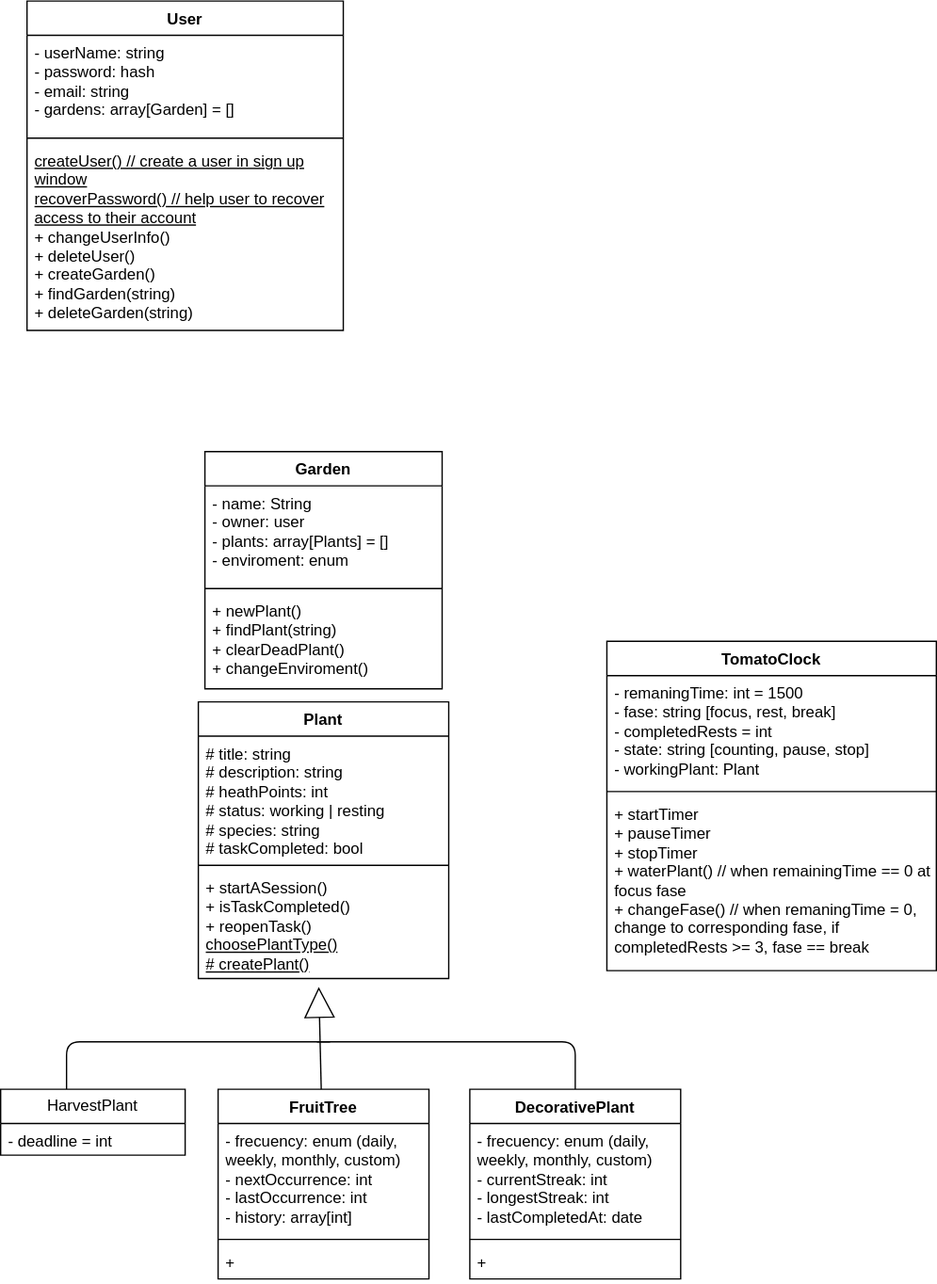
Earlier version of the draw.io export utils/uml-2.svg (danielmoralesar/pomodoro-garden). Source tidied: cells renumbered, new cells last; positions are measured from the earlier drawing's top-left corner, leaving out a move shared by most shapes.
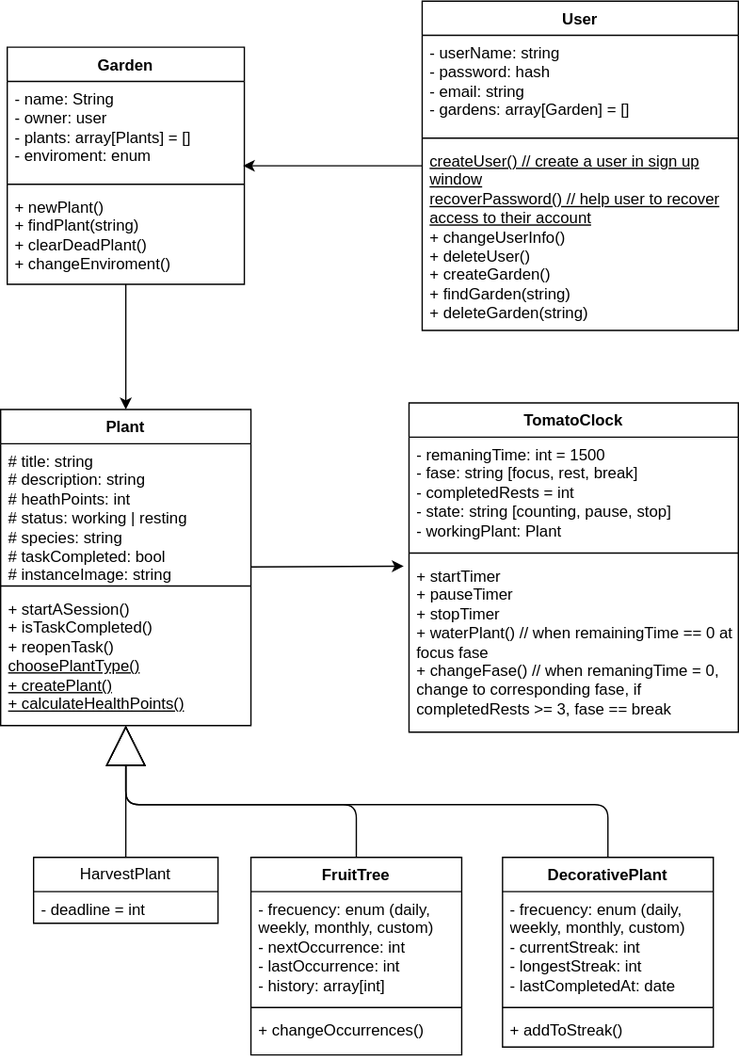
Later version of the same file.

Diff of the diagram source:
```diff
@@ -3,33 +3,36 @@
     <mxCell id="0" />
     <mxCell id="1" parent="0" />
     <mxCell id="2" value="Plant" style="swimlane;fontStyle=1;align=center;verticalAlign=top;horizontal=1;startSize=26;whiteSpace=wrap;html=1;" parent="1" vertex="1">
-      <mxGeometry x="150" y="532" width="190" height="210" as="geometry" />
+      <mxGeometry x="150" y="472" width="190" height="240" as="geometry" />
     </mxCell>
-    <mxCell id="3" value="# title: string&lt;div&gt;# description: string&lt;/div&gt;&lt;div&gt;# heathPoints: int&amp;nbsp;&lt;/div&gt;&lt;div&gt;# status: working | resting&lt;/div&gt;&lt;div&gt;# species: string&lt;/div&gt;&lt;div&gt;# taskCompleted: bool&lt;/div&gt;" style="text;strokeColor=none;fillColor=none;align=left;verticalAlign=top;spacingLeft=4;spacingRight=4;overflow=hidden;whiteSpace=wrap;html=1;" parent="2" vertex="1">
-      <mxGeometry y="26" width="190" height="94" as="geometry" />
+    <mxCell id="3" value="# title: string&lt;div&gt;# description: string&lt;/div&gt;&lt;div&gt;# heathPoints: int&amp;nbsp;&lt;/div&gt;&lt;div&gt;# status: working | resting&lt;/div&gt;&lt;div&gt;# species: string&lt;/div&gt;&lt;div&gt;# taskCompleted: bool&lt;/div&gt;&lt;div&gt;# instanceImage: string&lt;/div&gt;" style="text;strokeColor=none;fillColor=none;align=left;verticalAlign=top;spacingLeft=4;spacingRight=4;overflow=hidden;whiteSpace=wrap;html=1;" parent="2" vertex="1">
+      <mxGeometry y="26" width="190" height="104" as="geometry" />
     </mxCell>
     <mxCell id="4" style="line;strokeWidth=1;fillColor=none;align=left;verticalAlign=middle;spacingTop=-1;spacingLeft=3;spacingRight=3;labelPosition=right;strokeColor=inherit;" parent="2" vertex="1">
-      <mxGeometry y="120" width="190" height="8" as="geometry" />
+      <mxGeometry y="130" width="190" height="8" as="geometry" />
     </mxCell>
-    <mxCell id="5" value="&lt;font&gt;+ startASession()&lt;/font&gt;&lt;div&gt;&lt;font&gt;+ isTaskCompleted()&lt;/font&gt;&lt;/div&gt;&lt;div&gt;&lt;span style=&quot;background-color: transparent;&quot;&gt;&lt;font&gt;+ reopenTask()&lt;/font&gt;&lt;/span&gt;&lt;/div&gt;&lt;div&gt;&lt;span style=&quot;background-color: transparent;&quot;&gt;&lt;font&gt;&lt;u&gt;choosePlantType()&lt;/u&gt;&lt;/font&gt;&lt;/span&gt;&lt;/div&gt;&lt;div&gt;&lt;u&gt;&lt;font&gt;# createPlant()&lt;/font&gt;&lt;/u&gt;&lt;/div&gt;" style="text;strokeColor=none;fillColor=none;align=left;verticalAlign=top;spacingLeft=4;spacingRight=4;overflow=hidden;points=[[0,0.5],[1,0.5]];portConstraint=eastwest;whiteSpace=wrap;html=1;" parent="2" vertex="1">
-      <mxGeometry y="128" width="190" height="82" as="geometry" />
+    <mxCell id="5" value="&lt;font&gt;+ startASession()&lt;/font&gt;&lt;div&gt;&lt;font&gt;+ isTaskCompleted()&lt;/font&gt;&lt;/div&gt;&lt;div&gt;&lt;span style=&quot;background-color: transparent;&quot;&gt;&lt;font&gt;+ reopenTask()&lt;/font&gt;&lt;/span&gt;&lt;/div&gt;&lt;div&gt;&lt;span style=&quot;background-color: transparent;&quot;&gt;&lt;font&gt;&lt;u&gt;choosePlantType()&lt;/u&gt;&lt;/font&gt;&lt;/span&gt;&lt;/div&gt;&lt;div&gt;&lt;u&gt;&lt;font&gt;+ createPlant()&lt;/font&gt;&lt;/u&gt;&lt;/div&gt;&lt;div&gt;&lt;font style=&quot;&quot;&gt;&lt;u&gt;+ calculateHealthPoints()&lt;/u&gt;&lt;/font&gt;&lt;/div&gt;&lt;div&gt;&lt;u&gt;&lt;font&gt;&lt;br&gt;&lt;/font&gt;&lt;/u&gt;&lt;/div&gt;" style="text;strokeColor=none;fillColor=none;align=left;verticalAlign=top;spacingLeft=4;spacingRight=4;overflow=hidden;points=[[0,0.5],[1,0.5]];portConstraint=eastwest;whiteSpace=wrap;html=1;" parent="2" vertex="1">
+      <mxGeometry y="138" width="190" height="102" as="geometry" />
     </mxCell>
-    <mxCell id="6" style="edgeStyle=orthogonalEdgeStyle;html=1;endArrow=none;endFill=0;" parent="1" edge="1" source="7">
-      <mxGeometry relative="1" as="geometry">
-        <mxPoint x="250" y="790" as="targetPoint" />
-        <Array as="points">
-          <mxPoint x="50" y="790" />
-        </Array>
-      </mxGeometry>
-    </mxCell>
+    <mxCell id="31" style="edgeStyle=none;html=1;endArrow=block;endFill=0;endSize=28;" parent="1" edge="1" source="7" target="5">
+      <mxGeometry relative="1" as="geometry" />
+    </mxCell>
     <mxCell id="7" value="HarvestPlant" style="swimlane;fontStyle=0;horizontal=1;startSize=26;fillColor=none;whiteSpace=wrap;html=1;" parent="1" vertex="1">
-      <mxGeometry y="826" width="140" height="50" as="geometry" />
+      <mxGeometry x="175" y="812" width="140" height="50" as="geometry" />
     </mxCell>
     <mxCell id="8" value="- deadline = int" style="text;strokeColor=none;fillColor=none;align=left;verticalAlign=top;spacingLeft=4;spacingRight=4;overflow=hidden;whiteSpace=wrap;html=1;" parent="7" vertex="1">
       <mxGeometry y="26" width="140" height="24" as="geometry" />
     </mxCell>
+    <mxCell id="32" style="edgeStyle=orthogonalEdgeStyle;shape=connector;rounded=1;html=1;strokeColor=default;align=center;verticalAlign=middle;fontFamily=Helvetica;fontSize=11;fontColor=default;labelBackgroundColor=default;endArrow=block;endFill=0;endSize=28;" parent="1" edge="1" source="9" target="2">
+      <mxGeometry relative="1" as="geometry">
+        <Array as="points">
+          <mxPoint x="420" y="772" />
+          <mxPoint x="245" y="772" />
+        </Array>
+      </mxGeometry>
+    </mxCell>
     <mxCell id="9" value="FruitTree" style="swimlane;fontStyle=1;align=center;verticalAlign=top;horizontal=1;startSize=26;whiteSpace=wrap;html=1;" parent="1" vertex="1">
-      <mxGeometry x="165" y="826" width="160" height="144" as="geometry" />
+      <mxGeometry x="340" y="812" width="160" height="150" as="geometry" />
     </mxCell>
     <mxCell id="10" value="- frecuency: enum (daily, weekly, monthly, custom)&lt;div&gt;- nextOccurrence: int&lt;/div&gt;&lt;div&gt;- lastOccurrence: int&lt;/div&gt;&lt;div&gt;- history: array[int]&lt;/div&gt;" style="text;strokeColor=none;fillColor=none;align=left;verticalAlign=top;spacingLeft=4;spacingRight=4;overflow=hidden;whiteSpace=wrap;html=1;" parent="9" vertex="1">
       <mxGeometry y="26" width="160" height="84" as="geometry" />
@@ -37,19 +40,19 @@
     <mxCell id="11" style="line;strokeWidth=1;fillColor=none;align=left;verticalAlign=middle;spacingTop=-1;spacingLeft=3;spacingRight=3;labelPosition=right;strokeColor=inherit;" parent="9" vertex="1">
       <mxGeometry y="110" width="160" height="8" as="geometry" />
     </mxCell>
-    <mxCell id="12" value="+" style="text;strokeColor=none;fillColor=none;align=left;verticalAlign=top;spacingLeft=4;spacingRight=4;overflow=hidden;whiteSpace=wrap;html=1;" parent="9" vertex="1">
-      <mxGeometry y="118" width="160" height="26" as="geometry" />
+    <mxCell id="12" value="+ changeOccurrences()&lt;div&gt;&lt;br&gt;&lt;/div&gt;" style="text;strokeColor=none;fillColor=none;align=left;verticalAlign=top;spacingLeft=4;spacingRight=4;overflow=hidden;whiteSpace=wrap;html=1;" parent="9" vertex="1">
+      <mxGeometry y="118" width="160" height="32" as="geometry" />
     </mxCell>
-    <mxCell id="13" style="edgeStyle=orthogonalEdgeStyle;html=1;endArrow=none;endFill=0;" parent="1" edge="1" source="14">
-      <mxGeometry relative="1" as="geometry">
-        <mxPoint x="240" y="790" as="targetPoint" />
-        <Array as="points">
-          <mxPoint x="436" y="790" />
-        </Array>
-      </mxGeometry>
-    </mxCell>
+    <mxCell id="33" style="edgeStyle=orthogonalEdgeStyle;shape=connector;rounded=1;html=1;strokeColor=default;align=center;verticalAlign=middle;fontFamily=Helvetica;fontSize=11;fontColor=default;labelBackgroundColor=default;endArrow=block;endFill=0;endSize=28;" parent="1" edge="1" source="14" target="2">
+      <mxGeometry relative="1" as="geometry">
+        <Array as="points">
+          <mxPoint x="611" y="772" />
+          <mxPoint x="245" y="772" />
+        </Array>
+      </mxGeometry>
+    </mxCell>
     <mxCell id="14" value="DecorativePlant" style="swimlane;fontStyle=1;align=center;verticalAlign=top;horizontal=1;startSize=26;whiteSpace=wrap;html=1;" parent="1" vertex="1">
-      <mxGeometry x="356" y="826" width="160" height="144" as="geometry" />
+      <mxGeometry x="531" y="812" width="160" height="144" as="geometry" />
     </mxCell>
     <mxCell id="15" value="- frecuency: enum (daily, weekly, monthly, custom)&lt;div&gt;- currentStreak: int&lt;/div&gt;&lt;div&gt;- longestStreak: int&lt;/div&gt;&lt;div&gt;- lastCompletedAt: date&lt;/div&gt;" style="text;strokeColor=none;fillColor=none;align=left;verticalAlign=top;spacingLeft=4;spacingRight=4;overflow=hidden;whiteSpace=wrap;html=1;" parent="14" vertex="1">
       <mxGeometry y="26" width="160" height="84" as="geometry" />
@@ -57,14 +60,11 @@
     <mxCell id="16" style="line;strokeWidth=1;fillColor=none;align=left;verticalAlign=middle;spacingTop=-1;spacingLeft=3;spacingRight=3;labelPosition=right;strokeColor=inherit;" parent="14" vertex="1">
       <mxGeometry y="110" width="160" height="8" as="geometry" />
     </mxCell>
-    <mxCell id="17" value="+" style="text;strokeColor=none;fillColor=none;align=left;verticalAlign=top;spacingLeft=4;spacingRight=4;overflow=hidden;whiteSpace=wrap;html=1;" parent="14" vertex="1">
+    <mxCell id="17" value="+ addToStreak()" style="text;strokeColor=none;fillColor=none;align=left;verticalAlign=top;spacingLeft=4;spacingRight=4;overflow=hidden;whiteSpace=wrap;html=1;" parent="14" vertex="1">
       <mxGeometry y="118" width="160" height="26" as="geometry" />
     </mxCell>
-    <mxCell id="18" style="edgeStyle=none;html=1;entryX=0.481;entryY=1.077;entryDx=0;entryDy=0;entryPerimeter=0;endArrow=block;endFill=0;endSize=21;" parent="1" edge="1" source="9" target="5">
-      <mxGeometry relative="1" as="geometry" />
-    </mxCell>
     <mxCell id="19" value="TomatoClock" style="swimlane;fontStyle=1;align=center;verticalAlign=top;horizontal=1;startSize=26;whiteSpace=wrap;html=1;" parent="1" vertex="1">
-      <mxGeometry x="460" y="486" width="250" height="250" as="geometry" />
+      <mxGeometry x="460" y="467" width="250" height="250" as="geometry" />
     </mxCell>
     <mxCell id="20" value="- remaningTime: int = 1500&lt;div&gt;- fase: string [focus, rest, break]&lt;/div&gt;&lt;div&gt;- completedRests = int&lt;/div&gt;&lt;div&gt;- state: string [counting, pause, stop]&lt;/div&gt;&lt;div&gt;- workingPlant: Plant&lt;/div&gt;" style="text;strokeColor=none;fillColor=none;align=left;verticalAlign=top;spacingLeft=4;spacingRight=4;overflow=hidden;whiteSpace=wrap;html=1;" parent="19" vertex="1">
       <mxGeometry y="26" width="250" height="84" as="geometry" />
@@ -75,8 +75,11 @@
     <mxCell id="22" value="+ startTimer&lt;div&gt;+ pauseTimer&lt;/div&gt;&lt;div&gt;+ stopTimer&lt;/div&gt;&lt;div&gt;+ waterPlant() // when remainingTime == 0 at focus fase&lt;/div&gt;&lt;div&gt;+ changeFase() // when remaningTime = 0, change to corresponding fase, if completedRests &amp;gt;= 3, fase == break&lt;/div&gt;" style="text;strokeColor=none;fillColor=none;align=left;verticalAlign=top;spacingLeft=4;spacingRight=4;overflow=hidden;points=[[0,0.5],[1,0.5]];portConstraint=eastwest;whiteSpace=wrap;html=1;" parent="19" vertex="1">
       <mxGeometry y="118" width="250" height="132" as="geometry" />
     </mxCell>
+    <mxCell id="34" style="edgeStyle=none;html=1;entryX=0.5;entryY=0;entryDx=0;entryDy=0;" parent="1" edge="1" source="23" target="2">
+      <mxGeometry relative="1" as="geometry" />
+    </mxCell>
     <mxCell id="23" value="Garden" style="swimlane;fontStyle=1;align=center;verticalAlign=top;horizontal=1;startSize=26;whiteSpace=wrap;html=1;" parent="1" vertex="1">
-      <mxGeometry x="155" y="342" width="180" height="180" as="geometry" />
+      <mxGeometry x="155" y="197" width="180" height="180" as="geometry" />
     </mxCell>
     <mxCell id="24" value="&lt;div&gt;- name: String&lt;/div&gt;- owner: user&lt;div&gt;&lt;div&gt;- plants: array[Plants] = []&lt;/div&gt;&lt;/div&gt;&lt;div&gt;- enviroment: enum&lt;/div&gt;" style="text;strokeColor=none;fillColor=none;align=left;verticalAlign=top;spacingLeft=4;spacingRight=4;overflow=hidden;points=[[0,0.5],[1,0.5]];portConstraint=eastwest;whiteSpace=wrap;html=1;" parent="23" vertex="1">
       <mxGeometry y="26" width="180" height="74" as="geometry" />
@@ -88,7 +91,7 @@
       <mxGeometry y="108" width="180" height="72" as="geometry" />
     </mxCell>
     <mxCell id="27" value="User" style="swimlane;fontStyle=1;align=center;verticalAlign=top;horizontal=1;startSize=26;whiteSpace=wrap;html=1;" parent="1" vertex="1">
-      <mxGeometry x="20" width="240" height="250" as="geometry" />
+      <mxGeometry x="470" y="162" width="240" height="250" as="geometry" />
     </mxCell>
     <mxCell id="28" value="- userName: string&lt;div&gt;- password: hash&lt;/div&gt;&lt;div&gt;- email: string&lt;/div&gt;&lt;div&gt;- gardens: array[Garden] = []&lt;/div&gt;&lt;div&gt;&lt;br&gt;&lt;/div&gt;" style="text;strokeColor=none;fillColor=none;align=left;verticalAlign=top;spacingLeft=4;spacingRight=4;overflow=hidden;whiteSpace=wrap;html=1;" parent="27" vertex="1">
       <mxGeometry y="26" width="240" height="74" as="geometry" />
@@ -99,5 +102,11 @@
     <mxCell id="30" value="&lt;div&gt;&lt;u&gt;&lt;font&gt;createUser() // create a user in sign up window&lt;/font&gt;&lt;/u&gt;&lt;/div&gt;&lt;div&gt;&lt;u&gt;&lt;font&gt;recoverPassword() // help user to recover access to their account&lt;/font&gt;&lt;/u&gt;&lt;/div&gt;&lt;div&gt;&lt;font&gt;+ changeUserInfo()&lt;/font&gt;&lt;/div&gt;&lt;div&gt;&lt;font&gt;+ deleteUser()&lt;/font&gt;&lt;/div&gt;&lt;font&gt;+ createGarden()&lt;/font&gt;&lt;div&gt;&lt;font&gt;+ findGarden(string)&lt;br&gt;&lt;/font&gt;&lt;div&gt;&lt;font&gt;+ deleteGarden(string)&lt;/font&gt;&lt;/div&gt;&lt;div&gt;&lt;br&gt;&lt;/div&gt;&lt;/div&gt;" style="text;strokeColor=none;fillColor=none;align=left;verticalAlign=top;spacingLeft=4;spacingRight=4;overflow=hidden;whiteSpace=wrap;html=1;" parent="27" vertex="1">
       <mxGeometry y="108" width="240" height="142" as="geometry" />
     </mxCell>
+    <mxCell id="35" style="edgeStyle=none;html=1;entryX=-0.016;entryY=0.045;entryDx=0;entryDy=0;entryPerimeter=0;" parent="1" edge="1" source="2" target="22">
+      <mxGeometry relative="1" as="geometry" />
+    </mxCell>
+    <mxCell id="36" style="edgeStyle=none;html=1;entryX=0.994;entryY=0.865;entryDx=0;entryDy=0;entryPerimeter=0;" parent="1" edge="1" source="27" target="24">
+      <mxGeometry relative="1" as="geometry" />
+    </mxCell>
   </root>
 </mxGraphModel>
```
